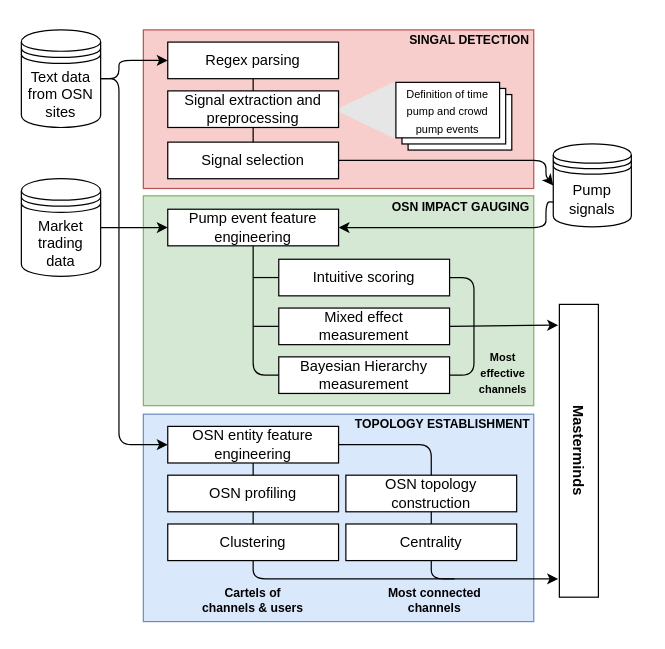
This is page "pipeline" (1 of 2) of assets/Untitled Diagram.drawio from xujiahuayz/unmask-mastermind, a draw.io file, before an edit. Source tidied: cells renumbered, new cells numbered last; positions are measured from the earlier drawing's top-left corner, leaving out a move shared by most shapes. Both pictures are drawn from the tidied source at 122%, with x=0, y=0 at pixel (21, 21).
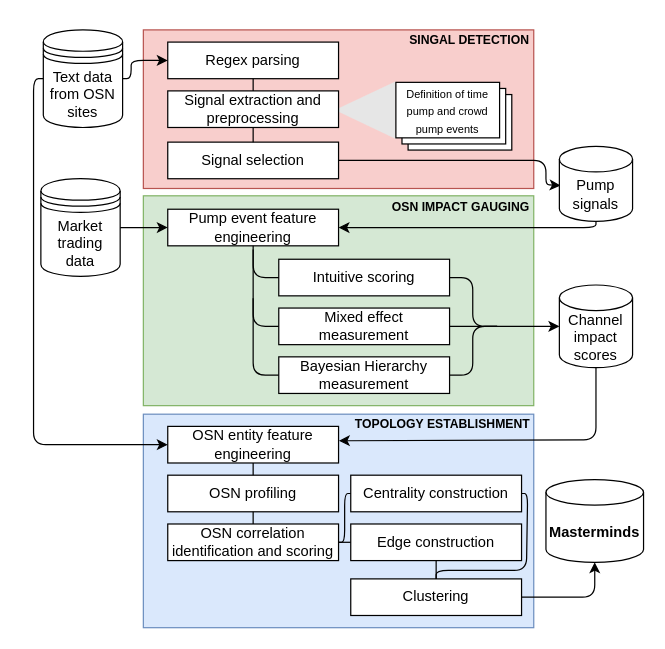
Above is the later version.

The change refers to these unchanged cells:
```xml
<mxCell id="8" value="Regex parsing" style="rounded=0;whiteSpace=wrap;html=1;" parent="1" vertex="1">
  <mxGeometry x="120" y="17" width="140" height="30" as="geometry" />
</mxCell>
<mxCell id="11" value="Signal selection" style="rounded=0;whiteSpace=wrap;html=1;" parent="1" vertex="1">
  <mxGeometry x="120" y="99" width="140" height="30" as="geometry" />
</mxCell>
<mxCell id="12" value="Pump event feature engineering" style="rounded=0;whiteSpace=wrap;html=1;" parent="1" vertex="1">
  <mxGeometry x="120" y="154" width="140" height="30" as="geometry" />
</mxCell>
<mxCell id="13" value="Intuitive scoring" style="rounded=0;whiteSpace=wrap;html=1;" parent="1" vertex="1">
  <mxGeometry x="211" y="195" width="140" height="30" as="geometry" />
</mxCell>
<mxCell id="14" value="Mixed effect measurement" style="rounded=0;whiteSpace=wrap;html=1;" parent="1" vertex="1">
  <mxGeometry x="211" y="235" width="140" height="30" as="geometry" />
</mxCell>
<mxCell id="15" value="Bayesian Hierarchy measurement" style="rounded=0;whiteSpace=wrap;html=1;" parent="1" vertex="1">
  <mxGeometry x="211" y="275" width="140" height="30" as="geometry" />
</mxCell>
<mxCell id="28" value="OSN entity feature engineering" style="rounded=0;whiteSpace=wrap;html=1;" parent="1" vertex="1">
  <mxGeometry x="120" y="332" width="140" height="30" as="geometry" />
</mxCell>
```

Change to the diagram source:
```diff
@@
     <mxCell id="2" style="rounded=0;whiteSpace=wrap;html=1;strokeWidth=1;fontSize=11;fillColor=#dae8fc;strokeColor=#6c8ebf;" parent="1" vertex="1">
-      <mxGeometry x="100" y="322" width="320" height="170" as="geometry" />
+      <mxGeometry x="100" y="322" width="320" height="175" as="geometry" />
     </mxCell>
@@
     <mxCell id="6" value="Text data from OSN sites" style="shape=datastore;whiteSpace=wrap;html=1;" parent="1" vertex="1">
-      <mxGeometry y="7" width="65" height="80" as="geometry" />
+      <mxGeometry x="18" y="7" width="65" height="80" as="geometry" />
     </mxCell>
     <mxCell id="7" value="Market trading data" style="shape=datastore;whiteSpace=wrap;html=1;" parent="1" vertex="1">
-      <mxGeometry y="129" width="65" height="80" as="geometry" />
+      <mxGeometry x="16" y="129" width="65" height="80" as="geometry" />
     </mxCell>
@@
-    <mxCell id="9" style="endArrow=classic;html=1;rounded=1;exitX=1;exitY=0.5;exitDx=0;exitDy=0;entryX=0;entryY=0.5;entryDx=0;entryDy=0;" parent="1" edge="1" source="6" target="8">
+    <mxCell id="9" style="endArrow=classic;html=1;rounded=1;entryX=0;entryY=0.5;entryDx=0;entryDy=0;exitX=1;exitY=0.5;exitDx=0;exitDy=0;" parent="1" edge="1" source="6" target="8">
       <mxGeometry relative="1" as="geometry">
         <Array as="points">
-          <mxPoint x="80" y="47" />
-          <mxPoint x="80" y="32" />
+          <mxPoint x="90" y="47" />
+          <mxPoint x="90" y="32" />
         </Array>
       </mxGeometry>
     </mxCell>
@@
     <mxCell id="17" style="endArrow=none;html=1;rounded=1;fontSize=11;entryX=0;entryY=0.5;entryDx=0;entryDy=0;endFill=0;" parent="1" edge="1" target="14">
       <mxGeometry relative="1" as="geometry">
-        <mxPoint x="190" y="250" as="sourcePoint" />
+        <mxPoint x="190" y="227" as="sourcePoint" />
+        <Array as="points">
+          <mxPoint x="190" y="250" />
+        </Array>
       </mxGeometry>
     </mxCell>
     <mxCell id="18" style="endArrow=none;html=1;rounded=1;fontSize=11;entryX=0;entryY=0.5;entryDx=0;entryDy=0;endFill=0;" parent="1" edge="1" target="13">
       <mxGeometry relative="1" as="geometry">
-        <mxPoint x="190" y="210" as="sourcePoint" />
+        <mxPoint x="190" y="187" as="sourcePoint" />
+        <Array as="points">
+          <mxPoint x="190" y="210" />
+        </Array>
       </mxGeometry>
     </mxCell>
@@
-    <mxCell id="22" style="endArrow=classic;html=1;rounded=1;fontSize=11;exitX=1;exitY=0.5;exitDx=0;exitDy=0;entryX=0;entryY=0.5;entryDx=0;entryDy=0;" parent="1" edge="1" source="11" target="47">
+    <mxCell id="22" style="endArrow=classic;html=1;rounded=1;fontSize=11;exitX=1;exitY=0.5;exitDx=0;exitDy=0;entryX=0;entryY=0.5;entryDx=0;entryDy=0;" parent="1" edge="1" source="11">
       <mxGeometry relative="1" as="geometry">
+        <mxPoint x="442" y="134.5" as="targetPoint" />
         <Array as="points">
           <mxPoint x="430" y="114" />
-          <mxPoint x="430" y="127" />
+          <mxPoint x="430" y="134" />
         </Array>
       </mxGeometry>
     </mxCell>
@@
-    <mxCell id="30" value="Clustering" style="rounded=0;whiteSpace=wrap;html=1;" parent="1" vertex="1">
+    <mxCell id="30" value="OSN correlation identification and scoring" style="rounded=0;whiteSpace=wrap;html=1;" parent="1" vertex="1">
       <mxGeometry x="120" y="412" width="140" height="30" as="geometry" />
     </mxCell>
-    <mxCell id="31" value="&lt;b&gt;&lt;font style=&quot;font-size: 12px;&quot;&gt;Masterminds&lt;/font&gt;&lt;/b&gt;" style="rounded=0;whiteSpace=wrap;html=1;labelBackgroundColor=#FFFFFF;strokeWidth=1;fontSize=10;fillColor=#FFFFFF;rotation=90;" parent="1" vertex="1">
-      <mxGeometry x="337" y="336" width="240" height="32" as="geometry" />
-    </mxCell>
-    <mxCell id="32" value="OSN topology construction" style="rounded=0;whiteSpace=wrap;html=1;" parent="1" vertex="1">
-      <mxGeometry x="266" y="372" width="140" height="30" as="geometry" />
-    </mxCell>
-    <mxCell id="33" value="Centrality" style="rounded=0;whiteSpace=wrap;html=1;" parent="1" vertex="1">
-      <mxGeometry x="266" y="412" width="140" height="30" as="geometry" />
+    <mxCell id="33" value="Centrality construction" style="rounded=0;whiteSpace=wrap;html=1;" parent="1" vertex="1">
+      <mxGeometry x="270" y="372" width="140" height="30" as="geometry" />
     </mxCell>
-    <mxCell id="34" style="endArrow=classic;html=1;rounded=1;fontSize=12;exitX=1;exitY=0.5;exitDx=0;exitDy=0;entryX=0;entryY=0.5;entryDx=0;entryDy=0;" parent="1" edge="1" source="6" target="28">
+    <mxCell id="34" style="endArrow=classic;html=1;rounded=1;fontSize=12;exitX=0;exitY=0.5;exitDx=0;exitDy=0;entryX=0;entryY=0.5;entryDx=0;entryDy=0;" parent="1" edge="1" source="6" target="28">
       <mxGeometry relative="1" as="geometry">
         <Array as="points">
-          <mxPoint x="80" y="47" />
-          <mxPoint x="80" y="347" />
+          <mxPoint x="10" y="47" />
+          <mxPoint x="10" y="347" />
         </Array>
       </mxGeometry>
     </mxCell>
-    <mxCell id="35" style="endArrow=none;html=1;rounded=1;fontSize=12;entryX=0.5;entryY=0;entryDx=0;entryDy=0;exitX=1;exitY=0.5;exitDx=0;exitDy=0;" parent="1" edge="1" source="28" target="32">
-      <mxGeometry relative="1" as="geometry">
-        <Array as="points">
-          <mxPoint x="336" y="347" />
-        </Array>
-      </mxGeometry>
-    </mxCell>
@@
-    <mxCell id="38" style="endArrow=none;html=1;rounded=1;fontSize=12;entryX=0.5;entryY=1;entryDx=0;entryDy=0;exitX=0.5;exitY=0;exitDx=0;exitDy=0;" parent="1" edge="1" source="33" target="32">
-      <mxGeometry relative="1" as="geometry" />
-    </mxCell>
-    <mxCell id="39" value="&lt;span style=&quot;color: rgb(0, 0, 0); font-family: Helvetica; font-style: normal; font-variant-ligatures: normal; font-variant-caps: normal; letter-spacing: normal; orphans: 2; text-indent: 0px; text-transform: none; widows: 2; word-spacing: 0px; -webkit-text-stroke-width: 0px; text-decoration-thickness: initial; text-decoration-style: initial; text-decoration-color: initial; float: none; display: inline !important;&quot;&gt;&lt;font size=&quot;1&quot; style=&quot;&quot;&gt;&lt;b style=&quot;font-size: 9px;&quot;&gt;Most effective channels&lt;/b&gt;&lt;/font&gt;&lt;/span&gt;" style="text;whiteSpace=wrap;html=1;fontSize=11;align=center;" parent="1" vertex="1">
-      <mxGeometry x="375" y="262" width="40" height="40" as="geometry" />
-    </mxCell>
-    <mxCell id="40" style="endArrow=classic;html=1;rounded=1;fontSize=12;exitX=0.5;exitY=1;exitDx=0;exitDy=0;" parent="1" edge="1" source="33">
-      <mxGeometry relative="1" as="geometry">
-        <mxPoint x="440" y="457" as="targetPoint" />
-        <Array as="points">
-          <mxPoint x="336" y="457" />
-        </Array>
-      </mxGeometry>
-    </mxCell>
-    <mxCell id="41" style="endArrow=none;html=1;rounded=1;fontSize=12;entryX=0.5;entryY=1;entryDx=0;entryDy=0;" parent="1" edge="1" target="30">
-      <mxGeometry relative="1" as="geometry">
-        <mxPoint x="355" y="457" as="sourcePoint" />
-        <Array as="points">
-          <mxPoint x="190" y="457" />
-        </Array>
-      </mxGeometry>
-    </mxCell>
@@
-    <mxCell id="43" value="&lt;font size=&quot;1&quot;&gt;&lt;b style=&quot;&quot;&gt;Most connected channels&lt;/b&gt;&lt;/font&gt;" style="text;whiteSpace=wrap;html=1;fontSize=11;align=center;" parent="1" vertex="1">
-      <mxGeometry x="283.5" y="455" width="110" height="40" as="geometry" />
-    </mxCell>
-    <mxCell id="44" value="&lt;font size=&quot;1&quot;&gt;&lt;b style=&quot;&quot;&gt;Cartels of&lt;br&gt;channels &amp;amp; users&lt;/b&gt;&lt;/font&gt;" style="text;whiteSpace=wrap;html=1;fontSize=11;align=center;" parent="1" vertex="1">
-      <mxGeometry x="135" y="455" width="110" height="40" as="geometry" />
-    </mxCell>
-    <mxCell id="45" style="endArrow=classic;html=1;rounded=1;fontSize=12;exitX=1;exitY=0.5;exitDx=0;exitDy=0;" parent="1" edge="1" source="14">
-      <mxGeometry relative="1" as="geometry">
-        <mxPoint x="440" y="249" as="targetPoint" />
-      </mxGeometry>
+    <mxCell id="45" style="endArrow=classic;html=1;rounded=1;fontSize=12;exitX=1;exitY=0.5;exitDx=0;exitDy=0;entryX=0;entryY=0.5;entryDx=0;entryDy=0;entryPerimeter=0;" parent="1" edge="1" source="14" target="49">
+      <mxGeometry relative="1" as="geometry" />
     </mxCell>
-    <mxCell id="46" style="endArrow=none;html=1;rounded=1;fontSize=12;exitX=1;exitY=0.5;exitDx=0;exitDy=0;entryX=1;entryY=0.5;entryDx=0;entryDy=0;" parent="1" edge="1" source="15" target="13">
-      <mxGeometry relative="1" as="geometry">
-        <Array as="points">
-          <mxPoint x="371" y="290" />
-          <mxPoint x="371" y="210" />
-        </Array>
-      </mxGeometry>
-    </mxCell>
+    <mxCell id="48" style="endArrow=classic;html=1;rounded=1;fontSize=12;exitX=0.5;exitY=1;exitDx=0;exitDy=0;entryX=1;entryY=0.5;entryDx=0;entryDy=0;exitPerimeter=0;" parent="1" edge="1" source="47" target="12">
+      <mxGeometry relative="1" as="geometry">
+        <Array as="points">
+          <mxPoint x="471" y="169" />
+        </Array>
+      </mxGeometry>
+    </mxCell>
-    <mxCell id="47" value="&lt;font style=&quot;font-size: 12px;&quot;&gt;Pump signals&lt;/font&gt;" style="shape=datastore;whiteSpace=wrap;html=1;" parent="1" vertex="1">
-      <mxGeometry x="436" y="100.5" width="64" height="68" as="geometry" />
+    <mxCell id="47" value="Pump signals" style="shape=cylinder3;whiteSpace=wrap;html=1;boundedLbl=1;backgroundOutline=1;size=10.473684210526471;labelBackgroundColor=none;strokeWidth=1;fontSize=12;fillColor=default;" parent="1" vertex="1">
+      <mxGeometry x="441" y="102.5" width="60" height="61.5" as="geometry" />
     </mxCell>
-    <mxCell id="48" style="endArrow=classic;html=1;rounded=1;fontSize=12;exitX=0;exitY=0.7;exitDx=0;exitDy=0;entryX=1;entryY=0.5;entryDx=0;entryDy=0;" parent="1" edge="1" source="47" target="12">
-      <mxGeometry relative="1" as="geometry">
-        <Array as="points">
-          <mxPoint x="430" y="148" />
-          <mxPoint x="430" y="169" />
-        </Array>
-      </mxGeometry>
-    </mxCell>
+    <mxCell id="49" value="Channel impact scores" style="shape=cylinder3;whiteSpace=wrap;html=1;boundedLbl=1;backgroundOutline=1;size=10.473684210526471;labelBackgroundColor=none;strokeWidth=1;fontSize=12;fillColor=default;" parent="1" vertex="1">
+      <mxGeometry x="441" y="216.1" width="60" height="67.8" as="geometry" />
+    </mxCell>
+    <mxCell id="50" style="endArrow=classic;html=1;rounded=1;fontSize=10;entryX=1.002;entryY=0.393;entryDx=0;entryDy=0;exitX=0.5;exitY=1;exitDx=0;exitDy=0;exitPerimeter=0;entryPerimeter=0;" parent="1" edge="1" source="49" target="28">
+      <mxGeometry relative="1" as="geometry">
+        <Array as="points">
+          <mxPoint x="471" y="343" />
+        </Array>
+      </mxGeometry>
+    </mxCell>
+    <mxCell id="31" value="&lt;b&gt;Masterminds&lt;/b&gt;" style="shape=cylinder3;whiteSpace=wrap;html=1;boundedLbl=1;backgroundOutline=1;size=10.473684210526471;labelBackgroundColor=none;strokeWidth=1;fontSize=12;fillColor=default;" parent="1" vertex="1">
+      <mxGeometry x="430" y="375.6" width="80" height="67.8" as="geometry" />
+    </mxCell>
+    <mxCell id="51" value="Edge construction" style="rounded=0;whiteSpace=wrap;html=1;" parent="1" vertex="1">
+      <mxGeometry x="270" y="412" width="140" height="30" as="geometry" />
+    </mxCell>
+    <mxCell id="52" value="Clustering" style="rounded=0;whiteSpace=wrap;html=1;" parent="1" vertex="1">
+      <mxGeometry x="270" y="457" width="140" height="30" as="geometry" />
+    </mxCell>
+    <mxCell id="53" style="endArrow=none;html=1;rounded=1;fontSize=10;exitX=0;exitY=0.5;exitDx=0;exitDy=0;entryX=1;entryY=0.5;entryDx=0;entryDy=0;" parent="1" edge="1" source="33" target="30">
+      <mxGeometry relative="1" as="geometry">
+        <Array as="points">
+          <mxPoint x="265" y="387" />
+          <mxPoint x="265" y="427" />
+        </Array>
+      </mxGeometry>
+    </mxCell>
+    <mxCell id="54" style="endArrow=none;html=1;rounded=1;fontSize=10;entryX=1;entryY=0.5;entryDx=0;entryDy=0;" parent="1" edge="1" target="13">
+      <mxGeometry relative="1" as="geometry">
+        <mxPoint x="390" y="250" as="sourcePoint" />
+        <Array as="points">
+          <mxPoint x="370" y="250" />
+          <mxPoint x="370" y="210" />
+        </Array>
+      </mxGeometry>
+    </mxCell>
+    <mxCell id="55" style="endArrow=none;html=1;rounded=1;fontSize=10;exitX=1;exitY=0.5;exitDx=0;exitDy=0;" parent="1" edge="1" source="15">
+      <mxGeometry relative="1" as="geometry">
+        <mxPoint x="390" y="250" as="targetPoint" />
+        <Array as="points">
+          <mxPoint x="370" y="290" />
+          <mxPoint x="370" y="250" />
+        </Array>
+      </mxGeometry>
+    </mxCell>
+    <mxCell id="56" style="endArrow=none;html=1;rounded=1;fontSize=10;exitX=1;exitY=0.5;exitDx=0;exitDy=0;entryX=0;entryY=0.5;entryDx=0;entryDy=0;" parent="1" edge="1" source="30" target="51">
+      <mxGeometry relative="1" as="geometry" />
+    </mxCell>
+    <mxCell id="57" style="endArrow=none;html=1;rounded=1;fontSize=10;entryX=0.5;entryY=1;entryDx=0;entryDy=0;exitX=0.5;exitY=0;exitDx=0;exitDy=0;" parent="1" edge="1" source="52" target="51">
+      <mxGeometry relative="1" as="geometry" />
+    </mxCell>
+    <mxCell id="58" style="endArrow=none;html=1;rounded=1;fontSize=10;entryX=1;entryY=0.5;entryDx=0;entryDy=0;" parent="1" edge="1" target="33">
+      <mxGeometry relative="1" as="geometry">
+        <mxPoint x="340" y="457" as="sourcePoint" />
+        <Array as="points">
+          <mxPoint x="340" y="450" />
+          <mxPoint x="414" y="450" />
+          <mxPoint x="415" y="387" />
+        </Array>
+      </mxGeometry>
+    </mxCell>
+    <mxCell id="59" style="endArrow=classic;html=1;rounded=1;fontSize=10;exitX=1;exitY=0.5;exitDx=0;exitDy=0;entryX=0.5;entryY=1;entryDx=0;entryDy=0;entryPerimeter=0;" parent="1" edge="1" source="52" target="31">
+      <mxGeometry relative="1" as="geometry">
+        <Array as="points">
+          <mxPoint x="470" y="472" />
+        </Array>
+      </mxGeometry>
+    </mxCell>
```
